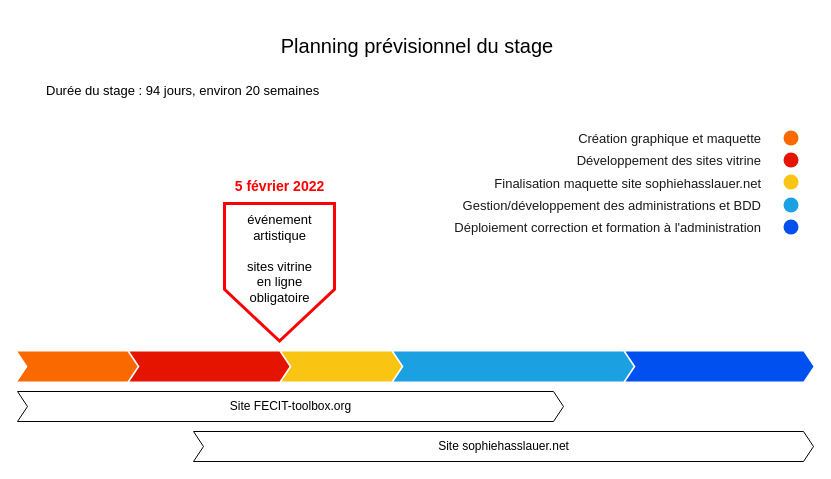
Earlier version of the draw.io diagram timeline.drawio (sebatease/cvperso). Source tidied: cells renumbered, new cells numbered last; positions are measured from the earlier drawing's top-left corner, leaving out a move shared by most shapes. Both pictures are drawn from the tidied source at 100%, with x=0, y=0 at pixel (17, 30).
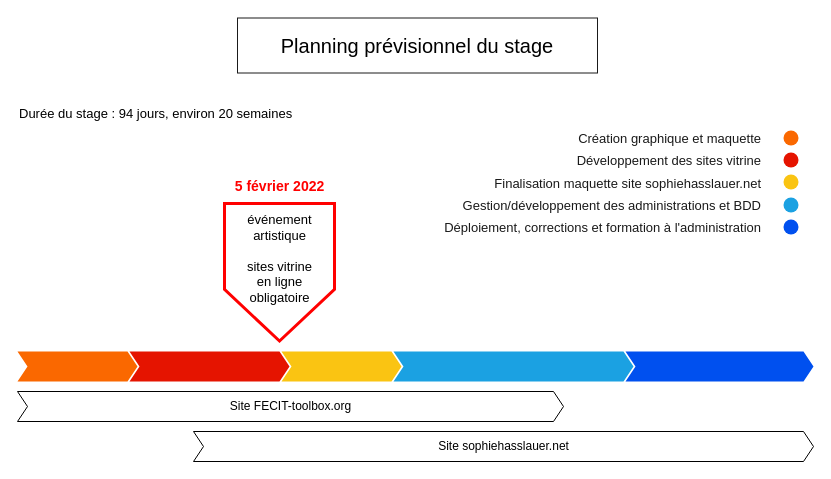
After the change.

Change to the diagram source:
```diff
@@
     <mxCell id="4" value="Durée du stage :&amp;nbsp;&lt;span&gt;94 jours, environ 20 semaines&lt;/span&gt;" style="text;html=1;align=left;verticalAlign=middle;strokeColor=none;fillColor=none;fontSize=13;" parent="1" vertex="1">
-      <mxGeometry x="27" y="50" width="290" height="20" as="geometry" />
+      <mxGeometry y="72.5" width="290" height="20" as="geometry" />
     </mxCell>
@@
-    <mxCell id="23" value="&lt;font color=&quot;#1a1a1a&quot;&gt;Déploiement correction et formation à l'administration&lt;/font&gt;" style="text;html=1;strokeColor=none;fillColor=none;align=right;verticalAlign=middle;whiteSpace=wrap;rounded=0;fontSize=13;fontColor=#FF0000;" parent="1" vertex="1">
+    <mxCell id="23" value="&lt;font color=&quot;#1a1a1a&quot;&gt;Déploiement, corrections et formation à l'administration&lt;/font&gt;" style="text;html=1;strokeColor=none;fillColor=none;align=right;verticalAlign=middle;whiteSpace=wrap;rounded=0;fontSize=13;fontColor=#FF0000;" parent="1" vertex="1">
       <mxGeometry x="426" y="181.5" width="320" height="30" as="geometry" />
     </mxCell>
+    <mxCell id="24" style="rounded=0;whiteSpace=wrap;html=1;fontSize=13;fontColor=#1A1A1A;strokeColor=#1A1A1A;strokeWidth=1;fillColor=none;" parent="1" vertex="1">
+      <mxGeometry x="220" y="-12.5" width="360" height="55" as="geometry" />
+    </mxCell>
```
